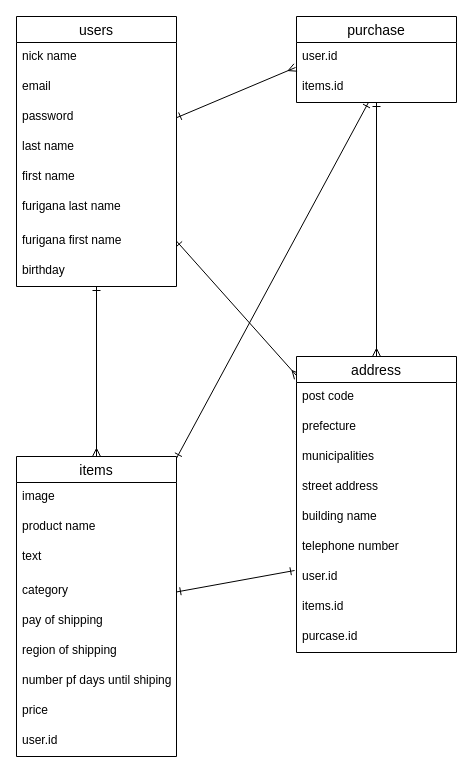
The draw.io diagram test.dio in taka0807/furima-39592, before the edit. Source tidied: cells renumbered, new cells numbered last; positions are measured from the earlier drawing's top-left corner, leaving out a move shared by most shapes. Both pictures are drawn from the tidied source at 100%, with x=0, y=0 at pixel (16, 16).
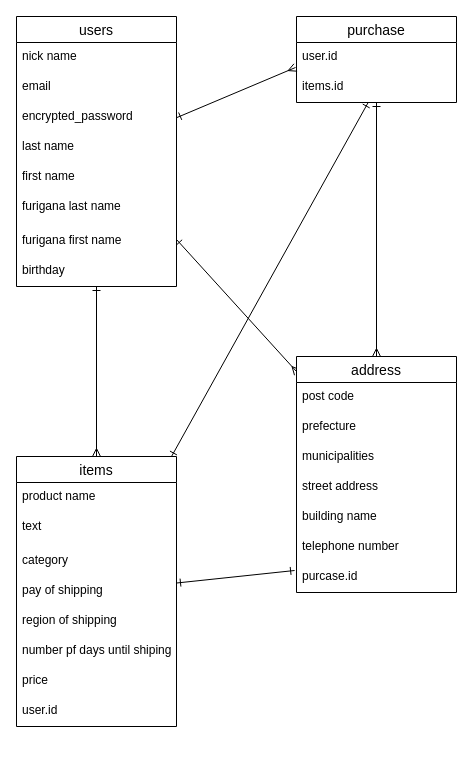
After the change.

Commit message (it also covers changes not shown here):
ER図、READMW修正（2回目）

Unchanged cells that the change refers to:
```xml
<mxCell id="5" value="users" style="swimlane;fontStyle=0;horizontal=1;startSize=26;align=center;fontSize=14;" parent="1" vertex="1">
  <mxGeometry width="160" height="270" as="geometry" />
</mxCell>
```

What changed in the source:
```diff
@@
-    <mxCell id="8" value="password" style="text;strokeColor=none;fillColor=none;spacingLeft=4;spacingRight=4;overflow=hidden;fontSize=12;" parent="5" vertex="1">
+    <mxCell id="8" value="encrypted_password" style="text;strokeColor=none;fillColor=none;spacingLeft=4;spacingRight=4;overflow=hidden;fontSize=12;" parent="5" vertex="1">
       <mxGeometry y="86" width="160" height="30" as="geometry" />
     </mxCell>
@@
-    <mxCell id="15" style="edgeStyle=none;html=1;entryX=-0.012;entryY=0.267;entryDx=0;entryDy=0;entryPerimeter=0;endArrow=ERone;endFill=0;startArrow=ERone;startFill=0;" parent="1" edge="1" source="16" target="37">
-      <mxGeometry relative="1" as="geometry" />
+    <mxCell id="15" style="edgeStyle=none;html=1;entryX=-0.012;entryY=0.267;entryDx=0;entryDy=0;entryPerimeter=0;endArrow=ERone;endFill=0;startArrow=ERone;startFill=0;" parent="1" edge="1" source="16">
+      <mxGeometry relative="1" as="geometry">
+        <mxPoint x="278.1" y="554" as="targetPoint" />
+      </mxGeometry>
     </mxCell>
     <mxCell id="16" value="items" style="swimlane;fontStyle=0;horizontal=1;startSize=26;align=center;fontSize=14;" parent="1" vertex="1">
-      <mxGeometry y="440" width="160" height="300" as="geometry" />
+      <mxGeometry y="440" width="160" height="270" as="geometry" />
     </mxCell>
-    <mxCell id="17" value="image" style="text;strokeColor=none;fillColor=none;spacingLeft=4;spacingRight=4;overflow=hidden;fontSize=12;" parent="16" vertex="1">
-      <mxGeometry y="26" width="160" height="30" as="geometry" />
-    </mxCell>
     <mxCell id="18" value="product name" style="text;strokeColor=none;fillColor=none;spacingLeft=4;spacingRight=4;overflow=hidden;fontSize=12;" parent="16" vertex="1">
-      <mxGeometry y="56" width="160" height="30" as="geometry" />
+      <mxGeometry y="26" width="160" height="30" as="geometry" />
     </mxCell>
     <mxCell id="19" value="text" style="text;strokeColor=none;fillColor=none;spacingLeft=4;spacingRight=4;overflow=hidden;fontSize=12;" parent="16" vertex="1">
-      <mxGeometry y="86" width="160" height="34" as="geometry" />
+      <mxGeometry y="56" width="160" height="34" as="geometry" />
     </mxCell>
     <mxCell id="20" value="category" style="text;strokeColor=none;fillColor=none;spacingLeft=4;spacingRight=4;overflow=hidden;fontSize=12;" parent="16" vertex="1">
-      <mxGeometry y="120" width="160" height="30" as="geometry" />
+      <mxGeometry y="90" width="160" height="30" as="geometry" />
     </mxCell>
     <mxCell id="21" value="pay of shipping" style="text;strokeColor=none;fillColor=none;spacingLeft=4;spacingRight=4;overflow=hidden;fontSize=12;" parent="16" vertex="1">
-      <mxGeometry y="150" width="160" height="30" as="geometry" />
+      <mxGeometry y="120" width="160" height="30" as="geometry" />
     </mxCell>
     <mxCell id="22" value="region of shipping" style="text;strokeColor=none;fillColor=none;spacingLeft=4;spacingRight=4;overflow=hidden;fontSize=12;" parent="16" vertex="1">
-      <mxGeometry y="180" width="160" height="30" as="geometry" />
+      <mxGeometry y="150" width="160" height="30" as="geometry" />
     </mxCell>
     <mxCell id="23" value="number pf days until shiping" style="text;strokeColor=none;fillColor=none;spacingLeft=4;spacingRight=4;overflow=hidden;fontSize=12;" parent="16" vertex="1">
-      <mxGeometry y="210" width="160" height="30" as="geometry" />
+      <mxGeometry y="180" width="160" height="30" as="geometry" />
     </mxCell>
     <mxCell id="24" value="price" style="text;strokeColor=none;fillColor=none;spacingLeft=4;spacingRight=4;overflow=hidden;fontSize=12;" parent="16" vertex="1">
-      <mxGeometry y="240" width="160" height="30" as="geometry" />
+      <mxGeometry y="210" width="160" height="30" as="geometry" />
     </mxCell>
     <mxCell id="25" value="user.id" style="text;strokeColor=none;fillColor=none;spacingLeft=4;spacingRight=4;overflow=hidden;fontSize=12;" parent="16" vertex="1">
-      <mxGeometry y="270" width="160" height="30" as="geometry" />
+      <mxGeometry y="240" width="160" height="30" as="geometry" />
     </mxCell>
@@
     <mxCell id="30" value="address" style="swimlane;fontStyle=0;horizontal=1;startSize=26;align=center;fontSize=14;" parent="1" vertex="1">
-      <mxGeometry x="280" y="340" width="160" height="296" as="geometry" />
+      <mxGeometry x="280" y="340" width="160" height="236" as="geometry" />
     </mxCell>
@@
-    <mxCell id="37" value="user.id" style="text;strokeColor=none;fillColor=none;spacingLeft=4;spacingRight=4;overflow=hidden;points=[[0,0.5],[1,0.5]];portConstraint=eastwest;fontSize=12;" parent="30" vertex="1">
-      <mxGeometry y="206" width="160" height="30" as="geometry" />
-    </mxCell>
-    <mxCell id="38" value="items.id" style="text;strokeColor=none;fillColor=none;spacingLeft=4;spacingRight=4;overflow=hidden;fontSize=12;" parent="30" vertex="1">
-      <mxGeometry y="236" width="160" height="30" as="geometry" />
-    </mxCell>
     <mxCell id="39" value="purcase.id" style="text;strokeColor=none;fillColor=none;spacingLeft=4;spacingRight=4;overflow=hidden;fontSize=12;" parent="30" vertex="1">
-      <mxGeometry y="266" width="160" height="30" as="geometry" />
+      <mxGeometry y="206" width="160" height="30" as="geometry" />
     </mxCell>
```
